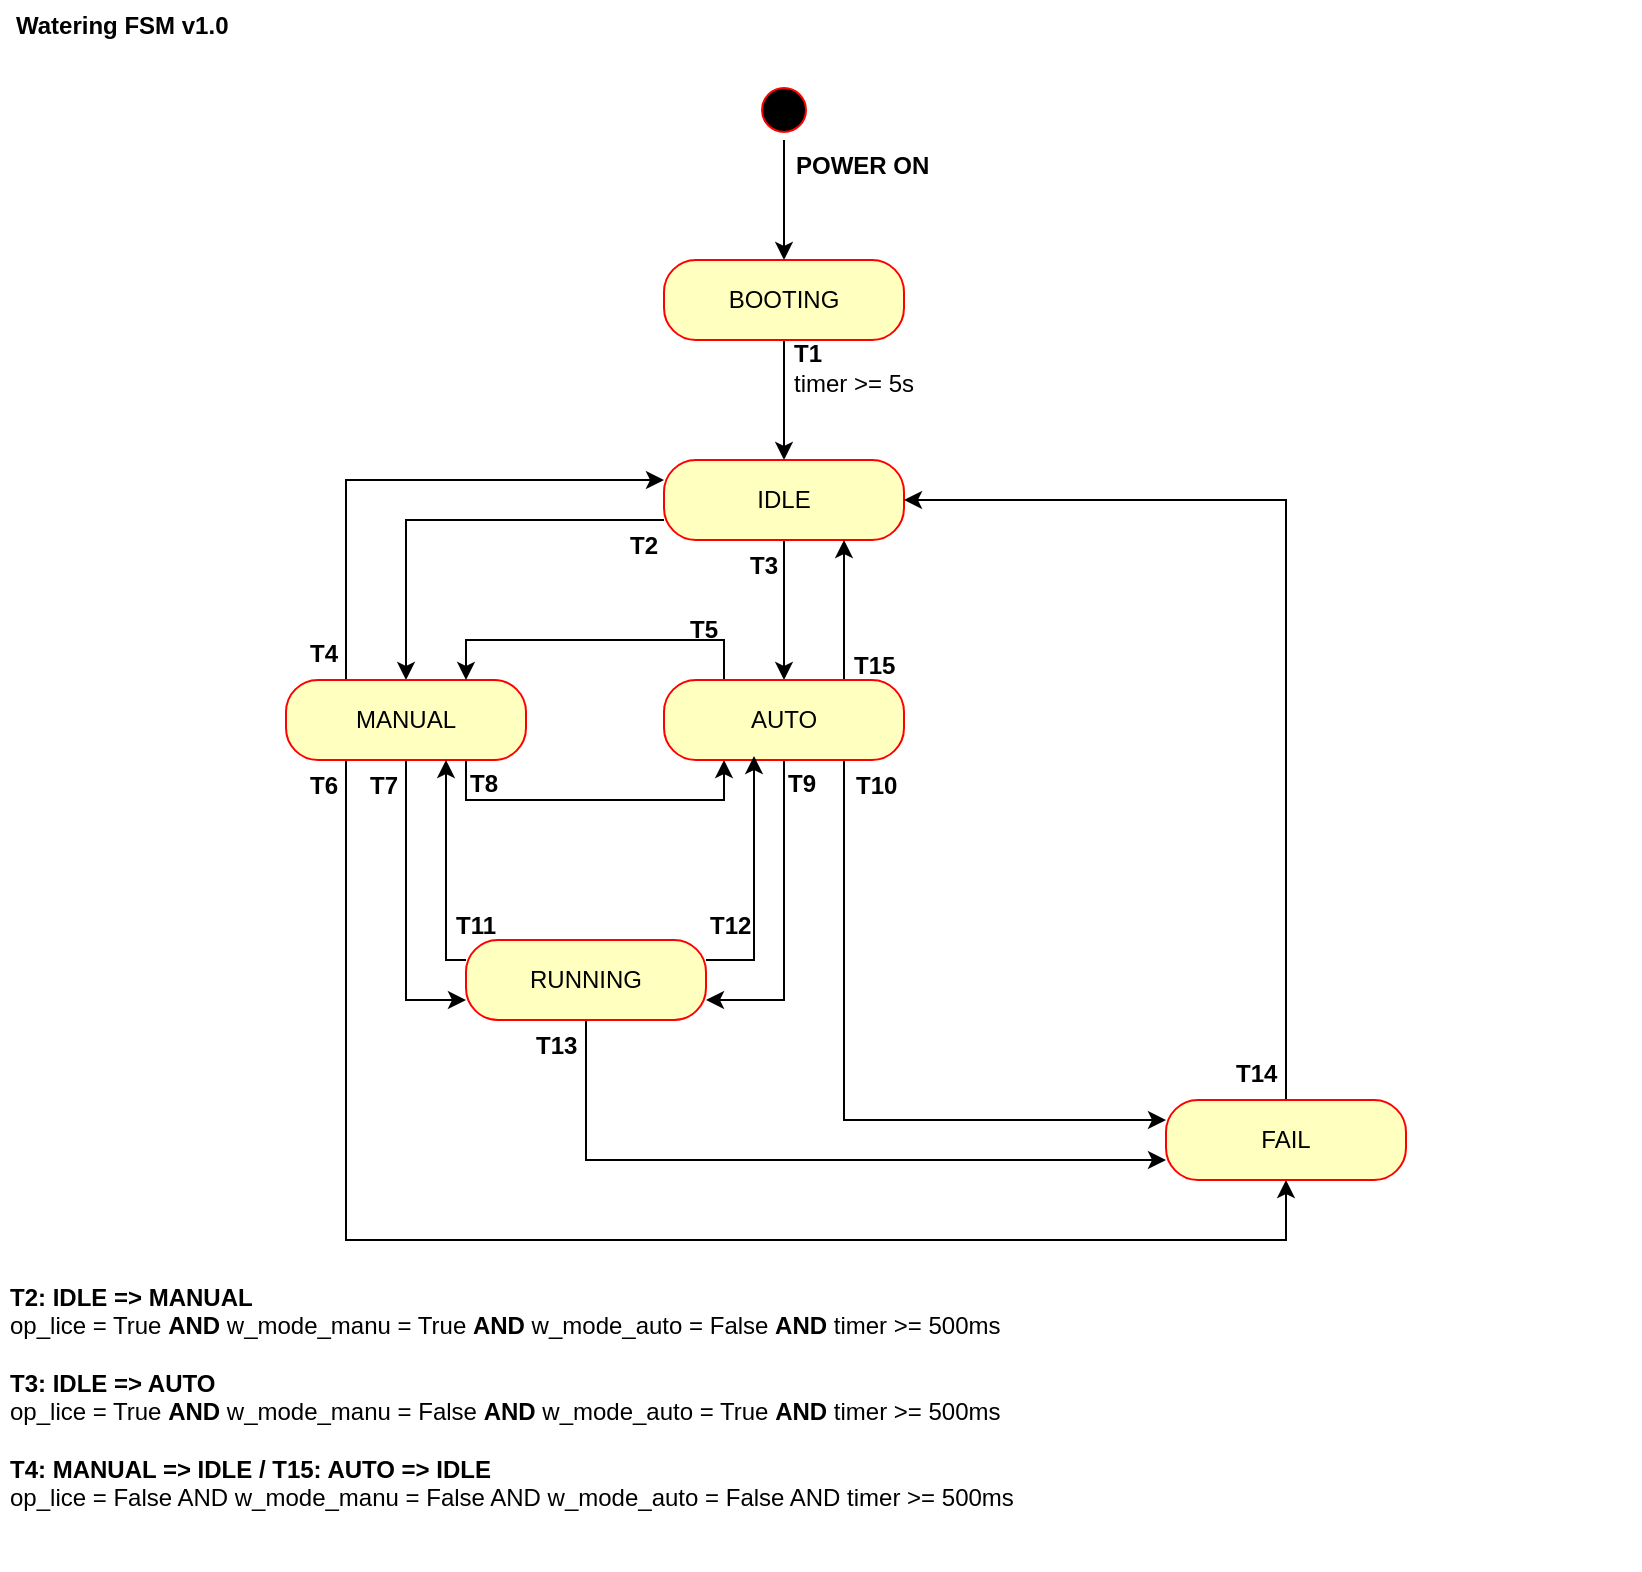
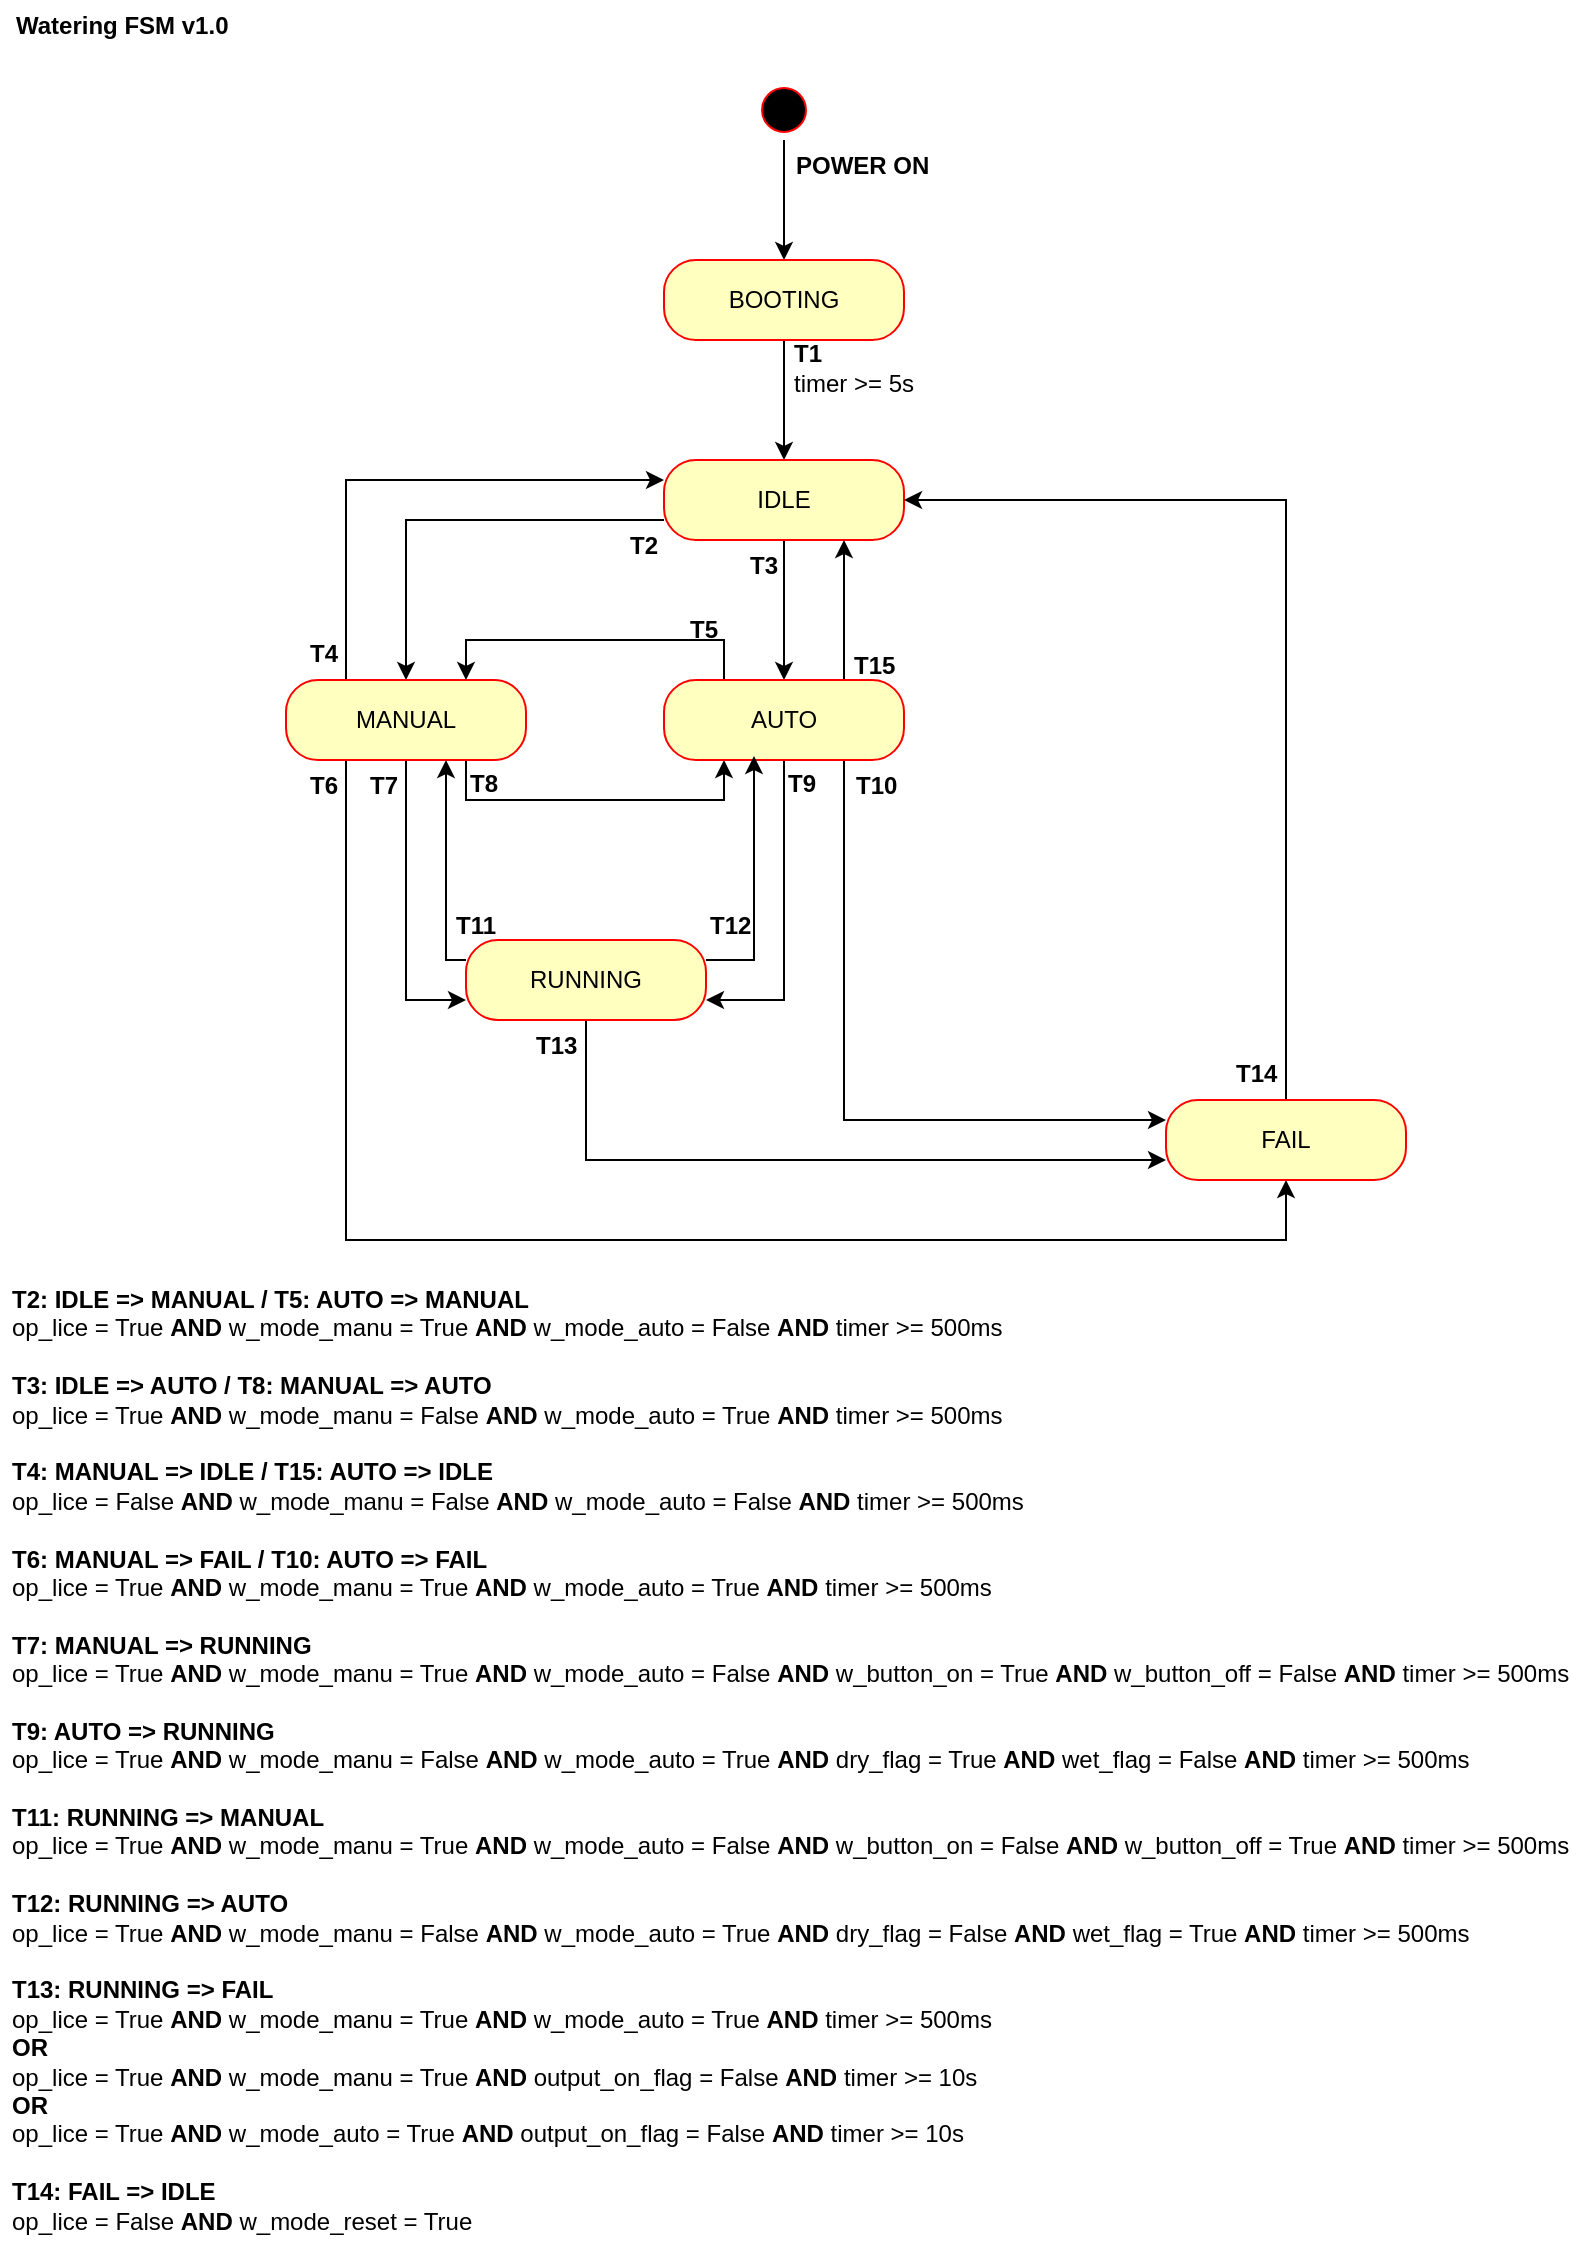
<mxfile host="Electron">
  <diagram name="Página-1" id="GmM7A7gTlj4xSkgxeAtz">
    <mxGraphModel dx="1414" dy="841" grid="1" gridSize="10" guides="1" tooltips="1" connect="1" arrows="1" fold="1" page="1" pageScale="1" pageWidth="827" pageHeight="1169" math="0" shadow="0">
      <root>
        <mxCell id="0" />
        <mxCell id="1" parent="0" />
        <mxCell id="JSaX9T62QVcK1ra-M2Sj-28" edge="1" parent="1" source="JSaX9T62QVcK1ra-M2Sj-1" style="edgeStyle=orthogonalEdgeStyle;rounded=0;orthogonalLoop=1;jettySize=auto;html=1;exitX=0.5;exitY=1;exitDx=0;exitDy=0;" target="JSaX9T62QVcK1ra-M2Sj-3">
          <mxGeometry relative="1" as="geometry" />
        </mxCell>
        <mxCell id="JSaX9T62QVcK1ra-M2Sj-1" parent="1" style="ellipse;html=1;shape=startState;fillColor=#000000;strokeColor=#ff0000;" value="" vertex="1">
          <mxGeometry height="30" width="30" x="384" y="60" as="geometry" />
        </mxCell>
        <mxCell id="JSaX9T62QVcK1ra-M2Sj-27" edge="1" parent="1" source="JSaX9T62QVcK1ra-M2Sj-3" style="edgeStyle=orthogonalEdgeStyle;rounded=0;orthogonalLoop=1;jettySize=auto;html=1;exitX=0.5;exitY=1;exitDx=0;exitDy=0;entryX=0.5;entryY=0;entryDx=0;entryDy=0;" target="JSaX9T62QVcK1ra-M2Sj-5">
          <mxGeometry relative="1" as="geometry" />
        </mxCell>
        <mxCell id="JSaX9T62QVcK1ra-M2Sj-3" parent="1" style="rounded=1;whiteSpace=wrap;html=1;arcSize=40;fontColor=#000000;fillColor=#ffffc0;strokeColor=#ff0000;" value="BOOTING" vertex="1">
          <mxGeometry height="40" width="120" x="339" y="150" as="geometry" />
        </mxCell>
        <mxCell id="JSaX9T62QVcK1ra-M2Sj-10" edge="1" parent="1" source="JSaX9T62QVcK1ra-M2Sj-5" style="edgeStyle=orthogonalEdgeStyle;rounded=0;orthogonalLoop=1;jettySize=auto;html=1;exitX=0.5;exitY=1;exitDx=0;exitDy=0;entryX=0.5;entryY=0;entryDx=0;entryDy=0;" target="JSaX9T62QVcK1ra-M2Sj-9">
          <mxGeometry relative="1" as="geometry" />
        </mxCell>
        <mxCell id="JSaX9T62QVcK1ra-M2Sj-29" edge="1" parent="1" source="JSaX9T62QVcK1ra-M2Sj-5" style="edgeStyle=orthogonalEdgeStyle;rounded=0;orthogonalLoop=1;jettySize=auto;html=1;exitX=0;exitY=0.75;exitDx=0;exitDy=0;entryX=0.5;entryY=0;entryDx=0;entryDy=0;" target="JSaX9T62QVcK1ra-M2Sj-7">
          <mxGeometry relative="1" as="geometry" />
        </mxCell>
        <mxCell id="JSaX9T62QVcK1ra-M2Sj-5" parent="1" style="rounded=1;whiteSpace=wrap;html=1;arcSize=40;fontColor=#000000;fillColor=#ffffc0;strokeColor=#ff0000;" value="IDLE" vertex="1">
          <mxGeometry height="40" width="120" x="339" y="250" as="geometry" />
        </mxCell>
        <mxCell id="JSaX9T62QVcK1ra-M2Sj-12" edge="1" parent="1" source="JSaX9T62QVcK1ra-M2Sj-7" style="edgeStyle=orthogonalEdgeStyle;rounded=0;orthogonalLoop=1;jettySize=auto;html=1;exitX=0.25;exitY=1;exitDx=0;exitDy=0;entryX=0.5;entryY=1;entryDx=0;entryDy=0;" target="JSaX9T62QVcK1ra-M2Sj-11">
          <mxGeometry relative="1" as="geometry">
            <Array as="points">
              <mxPoint x="180" y="640" />
              <mxPoint x="650" y="640" />
            </Array>
          </mxGeometry>
        </mxCell>
        <mxCell id="JSaX9T62QVcK1ra-M2Sj-16" edge="1" parent="1" source="JSaX9T62QVcK1ra-M2Sj-7" style="edgeStyle=orthogonalEdgeStyle;rounded=0;orthogonalLoop=1;jettySize=auto;html=1;exitX=0.75;exitY=1;exitDx=0;exitDy=0;entryX=0.25;entryY=1;entryDx=0;entryDy=0;" target="JSaX9T62QVcK1ra-M2Sj-9">
          <mxGeometry relative="1" as="geometry" />
        </mxCell>
        <mxCell id="JSaX9T62QVcK1ra-M2Sj-20" edge="1" parent="1" source="JSaX9T62QVcK1ra-M2Sj-7" style="edgeStyle=orthogonalEdgeStyle;rounded=0;orthogonalLoop=1;jettySize=auto;html=1;exitX=0.5;exitY=1;exitDx=0;exitDy=0;entryX=0;entryY=0.75;entryDx=0;entryDy=0;" target="JSaX9T62QVcK1ra-M2Sj-18">
          <mxGeometry relative="1" as="geometry" />
        </mxCell>
        <mxCell id="JSaX9T62QVcK1ra-M2Sj-25" edge="1" parent="1" source="JSaX9T62QVcK1ra-M2Sj-7" style="edgeStyle=orthogonalEdgeStyle;rounded=0;orthogonalLoop=1;jettySize=auto;html=1;exitX=0.25;exitY=0;exitDx=0;exitDy=0;entryX=0;entryY=0.25;entryDx=0;entryDy=0;" target="JSaX9T62QVcK1ra-M2Sj-5">
          <mxGeometry relative="1" as="geometry" />
        </mxCell>
        <mxCell id="JSaX9T62QVcK1ra-M2Sj-7" parent="1" style="rounded=1;whiteSpace=wrap;html=1;arcSize=40;fontColor=#000000;fillColor=#ffffc0;strokeColor=#ff0000;" value="MANUAL" vertex="1">
          <mxGeometry height="40" width="120" x="150" y="360" as="geometry" />
        </mxCell>
        <mxCell id="JSaX9T62QVcK1ra-M2Sj-13" edge="1" parent="1" source="JSaX9T62QVcK1ra-M2Sj-9" style="edgeStyle=orthogonalEdgeStyle;rounded=0;orthogonalLoop=1;jettySize=auto;html=1;exitX=0.75;exitY=1;exitDx=0;exitDy=0;entryX=0;entryY=0.25;entryDx=0;entryDy=0;" target="JSaX9T62QVcK1ra-M2Sj-11">
          <mxGeometry relative="1" as="geometry" />
        </mxCell>
        <mxCell id="JSaX9T62QVcK1ra-M2Sj-15" edge="1" parent="1" source="JSaX9T62QVcK1ra-M2Sj-9" style="edgeStyle=orthogonalEdgeStyle;rounded=0;orthogonalLoop=1;jettySize=auto;html=1;exitX=0.25;exitY=0;exitDx=0;exitDy=0;entryX=0.75;entryY=0;entryDx=0;entryDy=0;" target="JSaX9T62QVcK1ra-M2Sj-7">
          <mxGeometry relative="1" as="geometry" />
        </mxCell>
        <mxCell id="JSaX9T62QVcK1ra-M2Sj-21" edge="1" parent="1" source="JSaX9T62QVcK1ra-M2Sj-9" style="edgeStyle=orthogonalEdgeStyle;rounded=0;orthogonalLoop=1;jettySize=auto;html=1;exitX=0.5;exitY=1;exitDx=0;exitDy=0;entryX=1;entryY=0.75;entryDx=0;entryDy=0;" target="JSaX9T62QVcK1ra-M2Sj-18">
          <mxGeometry relative="1" as="geometry" />
        </mxCell>
        <mxCell id="JSaX9T62QVcK1ra-M2Sj-26" edge="1" parent="1" source="JSaX9T62QVcK1ra-M2Sj-9" style="edgeStyle=orthogonalEdgeStyle;rounded=0;orthogonalLoop=1;jettySize=auto;html=1;exitX=0.75;exitY=0;exitDx=0;exitDy=0;entryX=0.75;entryY=1;entryDx=0;entryDy=0;" target="JSaX9T62QVcK1ra-M2Sj-5">
          <mxGeometry relative="1" as="geometry" />
        </mxCell>
        <mxCell id="JSaX9T62QVcK1ra-M2Sj-9" parent="1" style="rounded=1;whiteSpace=wrap;html=1;arcSize=40;fontColor=#000000;fillColor=#ffffc0;strokeColor=#ff0000;" value="AUTO" vertex="1">
          <mxGeometry height="40" width="120" x="339" y="360" as="geometry" />
        </mxCell>
        <mxCell id="JSaX9T62QVcK1ra-M2Sj-14" edge="1" parent="1" source="JSaX9T62QVcK1ra-M2Sj-11" style="edgeStyle=orthogonalEdgeStyle;rounded=0;orthogonalLoop=1;jettySize=auto;html=1;exitX=0.5;exitY=0;exitDx=0;exitDy=0;entryX=1;entryY=0.5;entryDx=0;entryDy=0;" target="JSaX9T62QVcK1ra-M2Sj-5">
          <mxGeometry relative="1" as="geometry" />
        </mxCell>
        <mxCell id="JSaX9T62QVcK1ra-M2Sj-11" parent="1" style="rounded=1;whiteSpace=wrap;html=1;arcSize=40;fontColor=#000000;fillColor=#ffffc0;strokeColor=#ff0000;" value="FAIL" vertex="1">
          <mxGeometry height="40" width="120" x="590" y="570" as="geometry" />
        </mxCell>
        <mxCell id="JSaX9T62QVcK1ra-M2Sj-19" edge="1" parent="1" source="JSaX9T62QVcK1ra-M2Sj-18" style="edgeStyle=orthogonalEdgeStyle;rounded=0;orthogonalLoop=1;jettySize=auto;html=1;exitX=0.5;exitY=1;exitDx=0;exitDy=0;entryX=0;entryY=0.75;entryDx=0;entryDy=0;" target="JSaX9T62QVcK1ra-M2Sj-11">
          <mxGeometry relative="1" as="geometry" />
        </mxCell>
        <mxCell id="JSaX9T62QVcK1ra-M2Sj-18" parent="1" style="rounded=1;whiteSpace=wrap;html=1;arcSize=40;fontColor=#000000;fillColor=#ffffc0;strokeColor=#ff0000;" value="RUNNING" vertex="1">
          <mxGeometry height="40" width="120" x="240" y="490" as="geometry" />
        </mxCell>
        <mxCell id="JSaX9T62QVcK1ra-M2Sj-22" edge="1" parent="1" source="JSaX9T62QVcK1ra-M2Sj-18" style="edgeStyle=orthogonalEdgeStyle;rounded=0;orthogonalLoop=1;jettySize=auto;html=1;exitX=0;exitY=0.25;exitDx=0;exitDy=0;">
          <mxGeometry relative="1" as="geometry">
            <Array as="points">
              <mxPoint x="230" y="500" />
            </Array>
            <mxPoint x="230" y="400" as="targetPoint" />
          </mxGeometry>
        </mxCell>
        <mxCell id="JSaX9T62QVcK1ra-M2Sj-23" edge="1" parent="1" source="JSaX9T62QVcK1ra-M2Sj-18" style="edgeStyle=orthogonalEdgeStyle;rounded=0;orthogonalLoop=1;jettySize=auto;html=1;exitX=1;exitY=0.25;exitDx=0;exitDy=0;entryX=0.375;entryY=0.95;entryDx=0;entryDy=0;entryPerimeter=0;" target="JSaX9T62QVcK1ra-M2Sj-9">
          <mxGeometry relative="1" as="geometry" />
        </mxCell>
        <mxCell id="JSaX9T62QVcK1ra-M2Sj-24" parent="1" style="text;align=left;fontStyle=1;verticalAlign=middle;spacingLeft=3;spacingRight=3;strokeColor=none;rotatable=0;points=[[0,0.5],[1,0.5]];portConstraint=eastwest;html=1;" value="Watering FSM v1.0" vertex="1">
          <mxGeometry height="26" width="80" x="10" y="20" as="geometry" />
        </mxCell>
        <mxCell id="JSaX9T62QVcK1ra-M2Sj-30" parent="1" style="text;align=left;fontStyle=1;verticalAlign=middle;spacingLeft=3;spacingRight=3;strokeColor=none;rotatable=0;points=[[0,0.5],[1,0.5]];portConstraint=eastwest;html=1;" value="POWER ON" vertex="1">
          <mxGeometry height="26" width="80" x="400" y="90" as="geometry" />
        </mxCell>
        <mxCell id="JSaX9T62QVcK1ra-M2Sj-31" parent="1" style="text;align=left;fontStyle=1;verticalAlign=middle;spacingLeft=3;spacingRight=3;strokeColor=none;rotatable=0;points=[[0,0.5],[1,0.5]];portConstraint=eastwest;html=1;" value="T1&lt;div&gt;&lt;span style=&quot;font-weight: normal;&quot;&gt;timer &amp;gt;= 5s&lt;/span&gt;&lt;/div&gt;" vertex="1">
          <mxGeometry height="26" width="80" x="399" y="191" as="geometry" />
        </mxCell>
        <mxCell id="JSaX9T62QVcK1ra-M2Sj-32" parent="1" style="text;align=right;fontStyle=1;verticalAlign=middle;spacingLeft=3;spacingRight=3;strokeColor=none;rotatable=0;points=[[0,0.5],[1,0.5]];portConstraint=eastwest;html=1;" value="T2" vertex="1">
          <mxGeometry height="26" width="80" x="260" y="280" as="geometry" />
        </mxCell>
        <mxCell id="JSaX9T62QVcK1ra-M2Sj-33" parent="1" style="text;align=right;fontStyle=1;verticalAlign=middle;spacingLeft=3;spacingRight=3;strokeColor=none;rotatable=0;points=[[0,0.5],[1,0.5]];portConstraint=eastwest;html=1;" value="T3" vertex="1">
          <mxGeometry height="26" width="80" x="320" y="290" as="geometry" />
        </mxCell>
        <mxCell id="JSaX9T62QVcK1ra-M2Sj-34" parent="1" style="text;align=right;fontStyle=1;verticalAlign=middle;spacingLeft=3;spacingRight=3;strokeColor=none;rotatable=0;points=[[0,0.5],[1,0.5]];portConstraint=eastwest;html=1;" value="T4" vertex="1">
          <mxGeometry height="26" width="80" x="100" y="334" as="geometry" />
        </mxCell>
        <mxCell id="JSaX9T62QVcK1ra-M2Sj-35" parent="1" style="text;align=right;fontStyle=1;verticalAlign=middle;spacingLeft=3;spacingRight=3;strokeColor=none;rotatable=0;points=[[0,0.5],[1,0.5]];portConstraint=eastwest;html=1;" value="T5" vertex="1">
          <mxGeometry height="26" width="80" x="290" y="322" as="geometry" />
        </mxCell>
        <mxCell id="JSaX9T62QVcK1ra-M2Sj-36" parent="1" style="text;align=right;fontStyle=1;verticalAlign=middle;spacingLeft=3;spacingRight=3;strokeColor=none;rotatable=0;points=[[0,0.5],[1,0.5]];portConstraint=eastwest;html=1;" value="T6" vertex="1">
          <mxGeometry height="26" width="80" x="100" y="400" as="geometry" />
        </mxCell>
        <mxCell id="JSaX9T62QVcK1ra-M2Sj-37" parent="1" style="text;align=right;fontStyle=1;verticalAlign=middle;spacingLeft=3;spacingRight=3;strokeColor=none;rotatable=0;points=[[0,0.5],[1,0.5]];portConstraint=eastwest;html=1;" value="T7" vertex="1">
          <mxGeometry height="26" width="80" x="130" y="400" as="geometry" />
        </mxCell>
        <mxCell id="JSaX9T62QVcK1ra-M2Sj-38" parent="1" style="text;align=right;fontStyle=1;verticalAlign=middle;spacingLeft=3;spacingRight=3;strokeColor=none;rotatable=0;points=[[0,0.5],[1,0.5]];portConstraint=eastwest;html=1;" value="T8" vertex="1">
          <mxGeometry height="26" width="80" x="180" y="399" as="geometry" />
        </mxCell>
        <mxCell id="JSaX9T62QVcK1ra-M2Sj-39" parent="1" style="text;align=right;fontStyle=1;verticalAlign=middle;spacingLeft=3;spacingRight=3;strokeColor=none;rotatable=0;points=[[0,0.5],[1,0.5]];portConstraint=eastwest;html=1;" value="T9" vertex="1">
          <mxGeometry height="26" width="80" x="339" y="399" as="geometry" />
        </mxCell>
        <mxCell id="JSaX9T62QVcK1ra-M2Sj-40" parent="1" style="text;align=left;fontStyle=1;verticalAlign=middle;spacingLeft=3;spacingRight=3;strokeColor=none;rotatable=0;points=[[0,0.5],[1,0.5]];portConstraint=eastwest;html=1;" value="T10" vertex="1">
          <mxGeometry height="26" width="80" x="430" y="400" as="geometry" />
        </mxCell>
        <mxCell id="JSaX9T62QVcK1ra-M2Sj-41" parent="1" style="text;align=left;fontStyle=1;verticalAlign=middle;spacingLeft=3;spacingRight=3;strokeColor=none;rotatable=0;points=[[0,0.5],[1,0.5]];portConstraint=eastwest;html=1;" value="T11" vertex="1">
          <mxGeometry height="26" width="20" x="230" y="470" as="geometry" />
        </mxCell>
        <mxCell id="JSaX9T62QVcK1ra-M2Sj-42" parent="1" style="text;align=left;fontStyle=1;verticalAlign=middle;spacingLeft=3;spacingRight=3;strokeColor=none;rotatable=0;points=[[0,0.5],[1,0.5]];portConstraint=eastwest;html=1;" value="T12" vertex="1">
          <mxGeometry height="26" width="20" x="357" y="470" as="geometry" />
        </mxCell>
        <mxCell id="JSaX9T62QVcK1ra-M2Sj-43" parent="1" style="text;align=left;fontStyle=1;verticalAlign=middle;spacingLeft=3;spacingRight=3;strokeColor=none;rotatable=0;points=[[0,0.5],[1,0.5]];portConstraint=eastwest;html=1;" value="T13" vertex="1">
          <mxGeometry height="26" width="20" x="270" y="530" as="geometry" />
        </mxCell>
        <mxCell id="JSaX9T62QVcK1ra-M2Sj-44" parent="1" style="text;align=left;fontStyle=1;verticalAlign=middle;spacingLeft=3;spacingRight=3;strokeColor=none;rotatable=0;points=[[0,0.5],[1,0.5]];portConstraint=eastwest;html=1;" value="T14" vertex="1">
          <mxGeometry height="26" width="20" x="620" y="544" as="geometry" />
        </mxCell>
-         <mxCell id="JSaX9T62QVcK1ra-M2Sj-45" parent="1" style="text;align=left;fontStyle=1;verticalAlign=middle;spacingLeft=3;spacingRight=3;strokeColor=none;rotatable=0;points=[[0,0.5],[1,0.5]];portConstraint=eastwest;html=1;" value="T2: IDLE =&amp;gt; MANUAL&lt;div&gt;&lt;span style=&quot;font-weight: 400;&quot;&gt;op_lice = True &lt;/span&gt;AND&lt;span style=&quot;font-weight: 400;&quot;&gt; w_mode_manu = True&amp;nbsp;&lt;/span&gt;AND&lt;span style=&quot;font-weight: 400;&quot;&gt;&amp;nbsp;w_mode_auto = False &lt;/span&gt;AND&lt;span style=&quot;font-weight: 400;&quot;&gt; timer &amp;gt;= 500ms&lt;/span&gt;&lt;/div&gt;&lt;div&gt;&lt;span style=&quot;font-weight: 400;&quot;&gt;&lt;br&gt;&lt;/span&gt;&lt;/div&gt;&lt;div&gt;T3: IDLE =&amp;gt; AUTO&lt;/div&gt;&lt;div&gt;&lt;span style=&quot;font-weight: normal;&quot;&gt;op_lice = True &lt;/span&gt;AND&lt;span style=&quot;font-weight: normal;&quot;&gt;&amp;nbsp;w_mode_manu = False &lt;/span&gt;AND&lt;span style=&quot;font-weight: normal;&quot;&gt; w_mode_auto = True &lt;/span&gt;AND&lt;span style=&quot;font-weight: normal;&quot;&gt; timer &amp;gt;= 500ms&lt;/span&gt;&lt;/div&gt;&lt;div&gt;&lt;span style=&quot;font-weight: normal;&quot;&gt;&lt;br&gt;&lt;/span&gt;&lt;/div&gt;&lt;div&gt;T4: MANUAL =&amp;gt; IDLE / T15: AUTO =&amp;gt; IDLE&lt;/div&gt;&lt;div&gt;&lt;span style=&quot;font-weight: 400;&quot;&gt;op_lice = False AND w_mode_manu = False AND w_mode_auto = False AND timer &amp;gt;= 500ms&lt;/span&gt;&lt;/div&gt;&lt;div&gt;&lt;span style=&quot;font-weight: 400;&quot;&gt;&lt;br&gt;&lt;/span&gt;&lt;/div&gt;&lt;div&gt;&lt;span style=&quot;font-weight: 400;&quot;&gt;&lt;br&gt;&lt;/span&gt;&lt;/div&gt;" vertex="1">
-           <mxGeometry height="26" width="820" x="7" y="720" as="geometry" />
+         <mxCell id="JSaX9T62QVcK1ra-M2Sj-45" parent="1" style="text;align=left;fontStyle=1;verticalAlign=middle;spacingLeft=3;spacingRight=3;strokeColor=none;rotatable=0;points=[[0,0.5],[1,0.5]];portConstraint=eastwest;html=1;" value="T2: IDLE =&amp;gt; MANUAL / T5: AUTO =&amp;gt; MANUAL&lt;div&gt;&lt;span style=&quot;font-weight: 400;&quot;&gt;op_lice = True &lt;/span&gt;AND&lt;span style=&quot;font-weight: 400;&quot;&gt; w_mode_manu = True&amp;nbsp;&lt;/span&gt;AND&lt;span style=&quot;font-weight: 400;&quot;&gt;&amp;nbsp;w_mode_auto = False &lt;/span&gt;AND&lt;span style=&quot;font-weight: 400;&quot;&gt; timer &amp;gt;= 500ms&lt;/span&gt;&lt;/div&gt;&lt;div&gt;&lt;span style=&quot;font-weight: 400;&quot;&gt;&lt;br&gt;&lt;/span&gt;&lt;/div&gt;&lt;div&gt;T3: IDLE =&amp;gt; AUTO / T8: MANUAL =&amp;gt; AUTO&lt;/div&gt;&lt;div&gt;&lt;span style=&quot;font-weight: normal;&quot;&gt;op_lice = True &lt;/span&gt;AND&lt;span style=&quot;font-weight: normal;&quot;&gt;&amp;nbsp;w_mode_manu = False &lt;/span&gt;AND&lt;span style=&quot;font-weight: normal;&quot;&gt; w_mode_auto = True &lt;/span&gt;AND&lt;span style=&quot;font-weight: normal;&quot;&gt; timer &amp;gt;= 500ms&lt;/span&gt;&lt;/div&gt;&lt;div&gt;&lt;span style=&quot;font-weight: normal;&quot;&gt;&lt;br&gt;&lt;/span&gt;&lt;/div&gt;&lt;div&gt;T4: MANUAL =&amp;gt; IDLE / T15: AUTO =&amp;gt; IDLE&lt;/div&gt;&lt;div&gt;&lt;span style=&quot;font-weight: 400;&quot;&gt;op_lice = False &lt;/span&gt;AND&lt;span style=&quot;font-weight: 400;&quot;&gt; w_mode_manu = False &lt;/span&gt;AND&lt;span style=&quot;font-weight: 400;&quot;&gt; w_mode_auto = False &lt;/span&gt;AND&lt;span style=&quot;font-weight: 400;&quot;&gt; timer &amp;gt;= 500ms&lt;/span&gt;&lt;/div&gt;&lt;div&gt;&lt;span style=&quot;font-weight: 400;&quot;&gt;&lt;br&gt;&lt;/span&gt;&lt;/div&gt;&lt;div&gt;T6: MANUAL =&amp;gt; FAIL / T10: AUTO =&amp;gt; FAIL&lt;/div&gt;&lt;div&gt;&lt;span style=&quot;font-weight: 400;&quot;&gt;op_lice = True &lt;/span&gt;AND&lt;span style=&quot;font-weight: 400;&quot;&gt; w_mode_manu = True &lt;/span&gt;AND&lt;span style=&quot;font-weight: 400;&quot;&gt; w_mode_auto = True &lt;/span&gt;AND&lt;span style=&quot;font-weight: 400;&quot;&gt;&amp;nbsp;&lt;/span&gt;&lt;span style=&quot;font-weight: 400;&quot;&gt;timer &amp;gt;= 500ms&lt;/span&gt;&lt;/div&gt;&lt;div&gt;&lt;span style=&quot;font-weight: 400;&quot;&gt;&lt;br&gt;&lt;/span&gt;&lt;/div&gt;&lt;div&gt;T7: MANUAL =&amp;gt; RUNNING&lt;/div&gt;&lt;div&gt;&lt;span style=&quot;font-weight: normal;&quot;&gt;op_lice = True &lt;/span&gt;AND &lt;span style=&quot;font-weight: normal;&quot;&gt;w_mode_manu = True &lt;/span&gt;AND &lt;span style=&quot;font-weight: normal;&quot;&gt;w_mode_auto = False &lt;/span&gt;AND &lt;span style=&quot;font-weight: normal;&quot;&gt;w_button_on = True &lt;/span&gt;AND &lt;span style=&quot;font-weight: normal;&quot;&gt;w_button_off = False &lt;/span&gt;AND &lt;span style=&quot;font-weight: normal;&quot;&gt;timer &amp;gt;= 500ms&lt;/span&gt;&lt;/div&gt;&lt;div&gt;&lt;br&gt;&lt;/div&gt;&lt;div&gt;T9: AUTO =&amp;gt; RUNNING&lt;/div&gt;&lt;div&gt;&lt;span style=&quot;font-weight: normal;&quot;&gt;op_lice = True &lt;/span&gt;AND &lt;span style=&quot;font-weight: normal;&quot;&gt;w_mode_manu = False &lt;/span&gt;AND &lt;span style=&quot;font-weight: normal;&quot;&gt;w_mode_auto = True &lt;/span&gt;AND &lt;span style=&quot;font-weight: normal;&quot;&gt;dry_flag = True&amp;nbsp;&lt;/span&gt;AND &lt;span style=&quot;font-weight: normal;&quot;&gt;wet_flag = False &lt;/span&gt;AND &lt;span style=&quot;font-weight: normal;&quot;&gt;timer &amp;gt;= 500ms&lt;/span&gt;&lt;/div&gt;&lt;div&gt;&lt;span style=&quot;font-weight: normal;&quot;&gt;&lt;br&gt;&lt;/span&gt;&lt;/div&gt;&lt;div&gt;&lt;div&gt;T11: RUNNING =&amp;gt; MANUAL&lt;/div&gt;&lt;div&gt;&lt;span style=&quot;font-weight: normal;&quot;&gt;op_lice = True&amp;nbsp;&lt;/span&gt;AND&amp;nbsp;&lt;span style=&quot;font-weight: normal;&quot;&gt;w_mode_manu = True&amp;nbsp;&lt;/span&gt;AND&amp;nbsp;&lt;span style=&quot;font-weight: normal;&quot;&gt;w_mode_auto = False&amp;nbsp;&lt;/span&gt;AND&amp;nbsp;&lt;span style=&quot;font-weight: normal;&quot;&gt;w_button_on = False&amp;nbsp;&lt;/span&gt;AND&amp;nbsp;&lt;span style=&quot;font-weight: normal;&quot;&gt;w_button_off = True&amp;nbsp;&lt;/span&gt;AND&amp;nbsp;&lt;span style=&quot;font-weight: normal;&quot;&gt;timer &amp;gt;= 500ms&lt;/span&gt;&lt;/div&gt;&lt;div&gt;&lt;br&gt;&lt;/div&gt;&lt;div&gt;T12: RUNNING =&amp;gt; AUTO&lt;/div&gt;&lt;div&gt;&lt;span style=&quot;font-weight: normal;&quot;&gt;op_lice = True&amp;nbsp;&lt;/span&gt;AND&amp;nbsp;&lt;span style=&quot;font-weight: normal;&quot;&gt;w_mode_manu = False&amp;nbsp;&lt;/span&gt;AND&amp;nbsp;&lt;span style=&quot;font-weight: normal;&quot;&gt;w_mode_auto = True&amp;nbsp;&lt;/span&gt;AND&amp;nbsp;&lt;span style=&quot;font-weight: normal;&quot;&gt;dry_flag = False&amp;nbsp;&lt;/span&gt;AND&amp;nbsp;&lt;span style=&quot;font-weight: normal;&quot;&gt;wet_flag = True&amp;nbsp;&lt;/span&gt;AND&amp;nbsp;&lt;span style=&quot;font-weight: normal;&quot;&gt;timer &amp;gt;= 500ms&lt;/span&gt;&lt;/div&gt;&lt;/div&gt;&lt;div&gt;&lt;span style=&quot;font-weight: 400;&quot;&gt;&lt;br&gt;&lt;/span&gt;&lt;/div&gt;&lt;div&gt;&lt;div&gt;T13: RUNNING =&amp;gt; FAIL&lt;/div&gt;&lt;div&gt;&lt;span style=&quot;font-weight: normal;&quot;&gt;op_lice = True&amp;nbsp;&lt;/span&gt;AND&amp;nbsp;&lt;span style=&quot;font-weight: normal;&quot;&gt;w_mode_manu = True&amp;nbsp;&lt;/span&gt;AND&amp;nbsp;&lt;span style=&quot;font-weight: normal;&quot;&gt;w_mode_auto = True&lt;/span&gt;&lt;span style=&quot;font-weight: normal;&quot;&gt;&amp;nbsp;&lt;/span&gt;AND&amp;nbsp;&lt;span style=&quot;font-weight: normal;&quot;&gt;timer &amp;gt;= 500ms&lt;/span&gt;&lt;/div&gt;&lt;/div&gt;&lt;div&gt;OR&lt;/div&gt;&lt;div&gt;&lt;span style=&quot;font-weight: 400;&quot;&gt;op_lice = True &lt;/span&gt;AND &lt;span style=&quot;font-weight: 400;&quot;&gt;w_mode_manu = True &lt;/span&gt;AND &lt;span style=&quot;font-weight: 400;&quot;&gt;output_on_flag = False &lt;/span&gt;AND &lt;span style=&quot;font-weight: 400;&quot;&gt;timer &amp;gt;= 10s&lt;/span&gt;&lt;/div&gt;&lt;div&gt;OR&lt;/div&gt;&lt;div&gt;&lt;span style=&quot;font-weight: 400;&quot;&gt;op_lice = True &lt;/span&gt;AND &lt;span style=&quot;font-weight: 400;&quot;&gt;w_mode_auto = True &lt;/span&gt;AND &lt;span style=&quot;font-weight: 400;&quot;&gt;output_on_flag = False &lt;/span&gt;AND &lt;span style=&quot;font-weight: 400;&quot;&gt;timer &amp;gt;= 10s&lt;/span&gt;&lt;/div&gt;&lt;div&gt;&lt;span style=&quot;font-weight: 400;&quot;&gt;&lt;br&gt;&lt;/span&gt;&lt;/div&gt;&lt;div&gt;T14: FAIL =&amp;gt; IDLE&lt;/div&gt;&lt;div&gt;&lt;span style=&quot;font-weight: 400;&quot;&gt;op_lice = False &lt;/span&gt;AND&lt;span style=&quot;font-weight: 400;&quot;&gt; w_mode_reset = True&lt;/span&gt;&lt;/div&gt;" vertex="1">
+           <mxGeometry height="500" width="783" x="7.5" y="650" as="geometry" />
        </mxCell>
        <mxCell id="JSaX9T62QVcK1ra-M2Sj-46" parent="1" style="text;align=left;fontStyle=1;verticalAlign=middle;spacingLeft=3;spacingRight=3;strokeColor=none;rotatable=0;points=[[0,0.5],[1,0.5]];portConstraint=eastwest;html=1;" value="T15" vertex="1">
          <mxGeometry height="26" width="20" x="429" y="340" as="geometry" />
        </mxCell>
      </root>
    </mxGraphModel>
  </diagram>
</mxfile>
